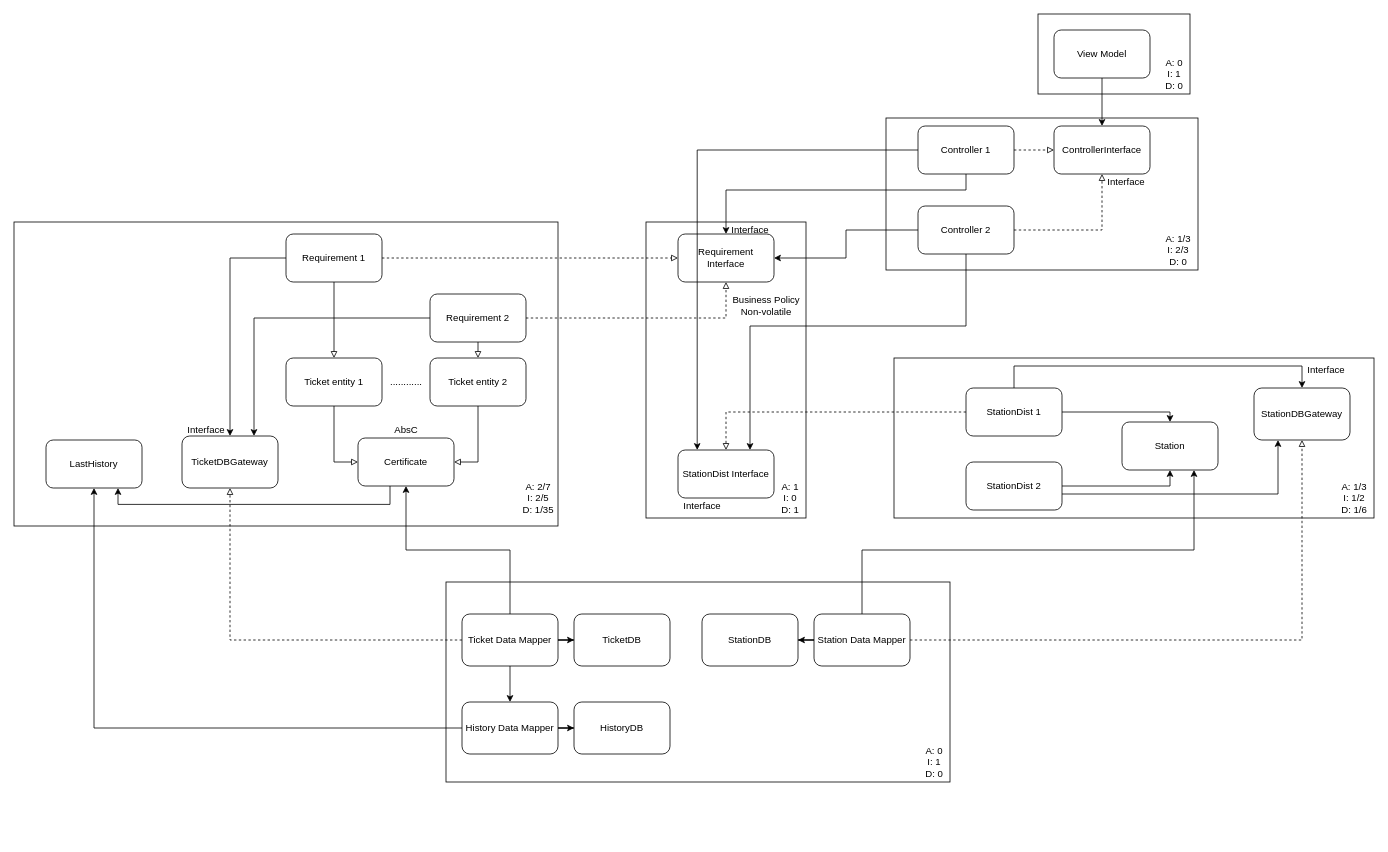
Above: AFC.drawio in piapip/clean-architecture (draw.io), before the change. Source tidied: cells renumbered, new cells numbered last; positions are measured from the earlier drawing's top-left corner, leaving out a move shared by most shapes. Both pictures are drawn from the tidied source at 80%, with x=0, y=0 at pixel (14, 14).
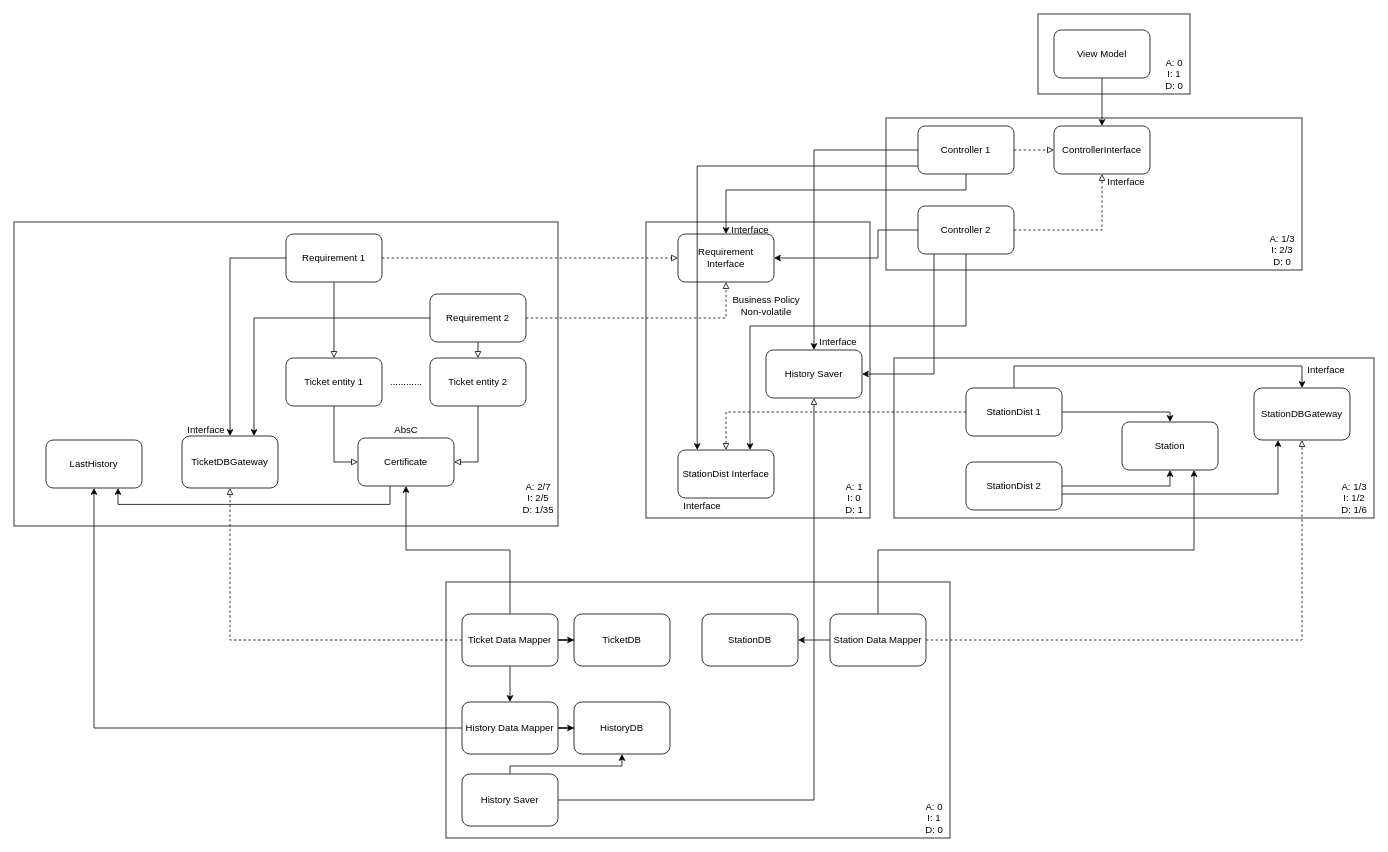
The same page after the edit.

Unchanged cells that the change refers to:
```xml
<mxCell id="29" value="StationDist Interface" style="rounded=1;whiteSpace=wrap;html=1;" parent="1" vertex="1">
  <mxGeometry x="830" y="545" width="120" height="60" as="geometry" />
</mxCell>
<mxCell id="30" value="Requirement Interface" style="rounded=1;whiteSpace=wrap;html=1;" parent="1" vertex="1">
  <mxGeometry x="830" y="275" width="120" height="60" as="geometry" />
</mxCell>
<mxCell id="56" value="Controller 1" style="rounded=1;whiteSpace=wrap;html=1;" parent="1" vertex="1">
  <mxGeometry x="1130" y="140" width="120" height="60" as="geometry" />
</mxCell>
<mxCell id="60" value="Controller 2" style="rounded=1;whiteSpace=wrap;html=1;" parent="1" vertex="1">
  <mxGeometry x="1130" y="240" width="120" height="60" as="geometry" />
</mxCell>
<mxCell id="70" value="Station" style="rounded=1;whiteSpace=wrap;html=1;" parent="1" vertex="1">
  <mxGeometry x="1385" y="510" width="120" height="60" as="geometry" />
</mxCell>
<mxCell id="74" value="HistoryDB" style="rounded=1;whiteSpace=wrap;html=1;" parent="1" vertex="1">
  <mxGeometry x="700" y="860" width="120" height="65" as="geometry" />
</mxCell>
```

What changed in the source:
```diff
@@
     <mxCell id="2" style="rounded=0;whiteSpace=wrap;html=1;" parent="1" vertex="1">
-      <mxGeometry x="790" y="260" width="200" height="370" as="geometry" />
+      <mxGeometry x="790" y="260" width="280" height="370" as="geometry" />
     </mxCell>
@@
     <mxCell id="33" value="A: 1&lt;br&gt;I: 0&lt;br&gt;D: 1" style="text;html=1;align=center;verticalAlign=middle;" parent="1" vertex="1">
-      <mxGeometry x="950" y="580" width="40" height="50" as="geometry" />
+      <mxGeometry x="1030" y="580" width="40" height="50" as="geometry" />
     </mxCell>
@@
     <mxCell id="37" style="rounded=0;whiteSpace=wrap;html=1;" parent="1" vertex="1">
-      <mxGeometry x="540" y="710" width="630" height="250" as="geometry" />
+      <mxGeometry x="540" y="710" width="630" height="320" as="geometry" />
     </mxCell>
@@
     <mxCell id="40" style="edgeStyle=orthogonalEdgeStyle;rounded=0;jettySize=auto;html=1;entryX=0.75;entryY=1;entryDx=0;entryDy=0;" parent="1" edge="1" source="41" target="70">
       <mxGeometry relative="1" as="geometry">
         <Array as="points">
-          <mxPoint x="1060" y="670" />
+          <mxPoint x="1080" y="670" />
           <mxPoint x="1475" y="670" />
         </Array>
       </mxGeometry>
     </mxCell>
     <mxCell id="41" value="Station Data Mapper" style="rounded=1;whiteSpace=wrap;html=1;" parent="1" vertex="1">
-      <mxGeometry x="1000" y="750" width="120" height="65" as="geometry" />
+      <mxGeometry x="1020" y="750" width="120" height="65" as="geometry" />
     </mxCell>
@@
     <mxCell id="51" value="A: 0&lt;br&gt;I: 1&lt;br&gt;D: 0" style="text;html=1;align=center;verticalAlign=middle;" parent="1" vertex="1">
-      <mxGeometry x="1130" y="910" width="40" height="50" as="geometry" />
+      <mxGeometry x="1130" y="980" width="40" height="50" as="geometry" />
     </mxCell>
     <mxCell id="52" style="rounded=0;whiteSpace=wrap;html=1;" parent="1" vertex="1">
-      <mxGeometry x="1090" y="130" width="390" height="190" as="geometry" />
+      <mxGeometry x="1090" y="130" width="520" height="190" as="geometry" />
     </mxCell>
@@
-    <mxCell id="54" style="edgeStyle=orthogonalEdgeStyle;rounded=0;jettySize=auto;html=1;entryX=0.2;entryY=0;entryDx=0;entryDy=0;entryPerimeter=0;endArrow=classic;endFill=1;" parent="1" edge="1" source="56" target="29">
-      <mxGeometry relative="1" as="geometry" />
-    </mxCell>
@@
+    <mxCell id="76" style="edgeStyle=orthogonalEdgeStyle;rounded=0;jettySize=auto;html=1;" parent="1" edge="1" source="56" target="78">
+      <mxGeometry relative="1" as="geometry" />
+    </mxCell>
@@
     <mxCell id="57" style="edgeStyle=orthogonalEdgeStyle;rounded=0;jettySize=auto;html=1;entryX=1;entryY=0.5;entryDx=0;entryDy=0;endArrow=classic;endFill=1;" parent="1" edge="1" source="60" target="30">
-      <mxGeometry relative="1" as="geometry" />
+      <mxGeometry relative="1" as="geometry">
+        <Array as="points">
+          <mxPoint x="1080" y="270" />
+          <mxPoint x="1080" y="305" />
+        </Array>
+      </mxGeometry>
     </mxCell>
-    <mxCell id="58" style="edgeStyle=orthogonalEdgeStyle;rounded=0;jettySize=auto;html=1;endArrow=classic;endFill=1;entryX=0.75;entryY=0;entryDx=0;entryDy=0;" parent="1" edge="1" source="60" target="29">
-      <mxGeometry relative="1" as="geometry">
-        <Array as="points">
-          <mxPoint x="1190" y="390" />
-          <mxPoint x="920" y="390" />
-        </Array>
-      </mxGeometry>
-    </mxCell>
@@
+    <mxCell id="77" style="edgeStyle=orthogonalEdgeStyle;rounded=0;jettySize=auto;html=1;entryX=1;entryY=0.5;entryDx=0;entryDy=0;" parent="1" edge="1" source="60" target="78">
+      <mxGeometry relative="1" as="geometry">
+        <Array as="points">
+          <mxPoint x="1150" y="450" />
+        </Array>
+      </mxGeometry>
+    </mxCell>
@@
     <mxCell id="61" value="A: 1/3&lt;br&gt;I: 2/3&lt;br&gt;D: 0" style="text;html=1;align=center;verticalAlign=middle;" parent="1" vertex="1">
-      <mxGeometry x="1430" y="270" width="50" height="50" as="geometry" />
+      <mxGeometry x="1560" y="270" width="50" height="50" as="geometry" />
     </mxCell>
@@
+    <mxCell id="78" value="History Saver" style="rounded=1;whiteSpace=wrap;html=1;" parent="1" vertex="1">
+      <mxGeometry x="940" y="420" width="120" height="60" as="geometry" />
+    </mxCell>
+    <mxCell id="54" style="edgeStyle=orthogonalEdgeStyle;rounded=0;jettySize=auto;html=1;entryX=0.2;entryY=0;entryDx=0;entryDy=0;entryPerimeter=0;endArrow=classic;endFill=1;" parent="1" edge="1" source="56" target="29">
+      <mxGeometry relative="1" as="geometry">
+        <Array as="points">
+          <mxPoint x="854" y="190" />
+        </Array>
+      </mxGeometry>
+    </mxCell>
+    <mxCell id="58" style="edgeStyle=orthogonalEdgeStyle;rounded=0;jettySize=auto;html=1;endArrow=classic;endFill=1;entryX=0.75;entryY=0;entryDx=0;entryDy=0;" parent="1" edge="1" source="60" target="29">
+      <mxGeometry relative="1" as="geometry">
+        <Array as="points">
+          <mxPoint x="1190" y="390" />
+          <mxPoint x="920" y="390" />
+        </Array>
+      </mxGeometry>
+    </mxCell>
+    <mxCell id="79" value="Interface" style="text;html=1;align=center;verticalAlign=middle;" parent="1" vertex="1">
+      <mxGeometry x="1000" y="400" width="60" height="20" as="geometry" />
+    </mxCell>
+    <mxCell id="80" style="edgeStyle=orthogonalEdgeStyle;rounded=0;jettySize=auto;html=1;entryX=0.5;entryY=1;entryDx=0;entryDy=0;" parent="1" edge="1" source="82" target="74">
+      <mxGeometry relative="1" as="geometry">
+        <Array as="points">
+          <mxPoint x="620" y="940" />
+          <mxPoint x="760" y="940" />
+        </Array>
+      </mxGeometry>
+    </mxCell>
+    <mxCell id="81" style="edgeStyle=orthogonalEdgeStyle;rounded=0;jettySize=auto;html=1;endArrow=block;endFill=0;" parent="1" edge="1" source="82" target="78">
+      <mxGeometry relative="1" as="geometry" />
+    </mxCell>
+    <mxCell id="82" value="History Saver" style="rounded=1;whiteSpace=wrap;html=1;" parent="1" vertex="1">
+      <mxGeometry x="560" y="950" width="120" height="65" as="geometry" />
+    </mxCell>
```
